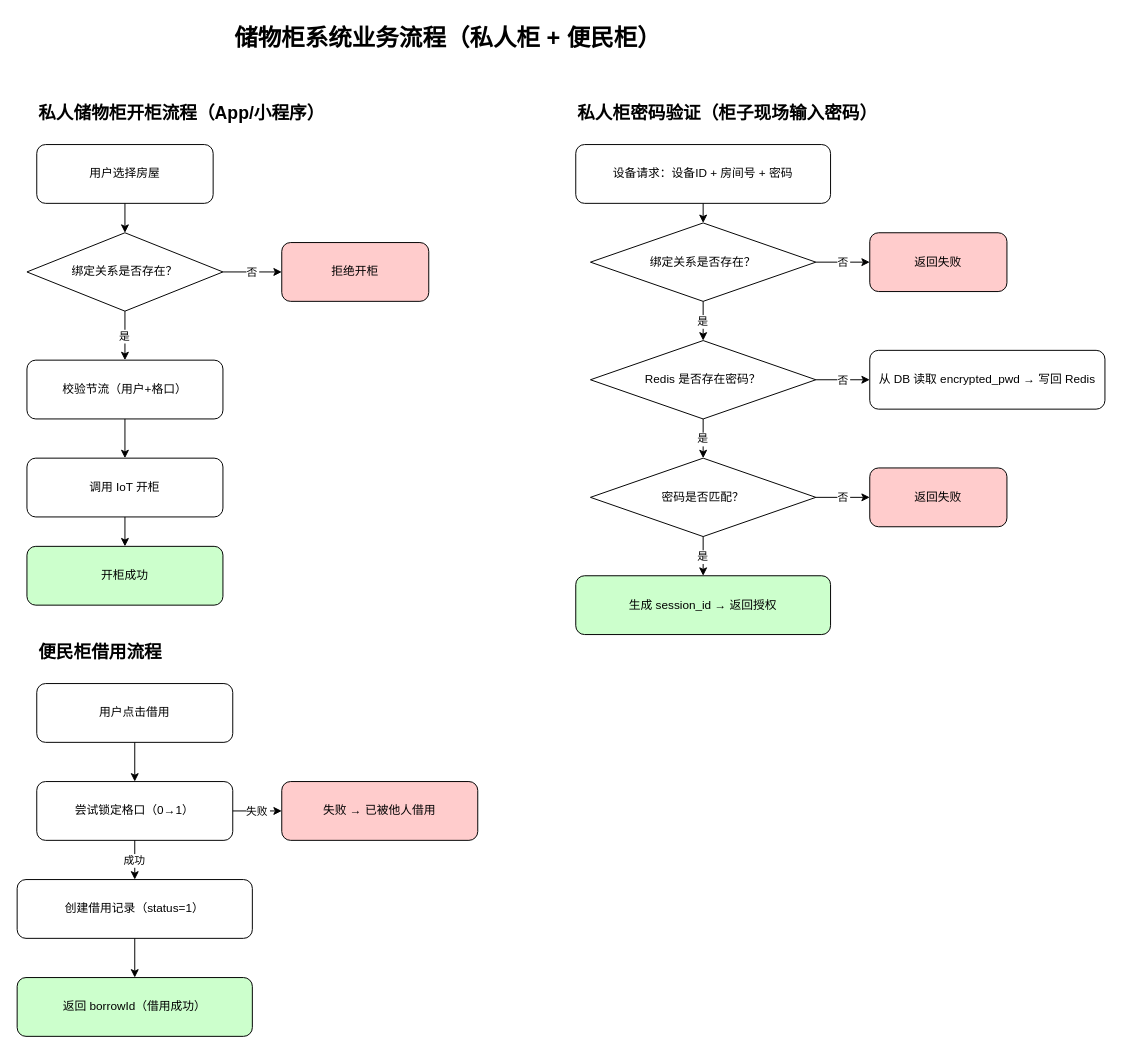
The draw.io diagram cabinet.drawio in Navven/Img, before the edit. Source tidied: cells renumbered, new cells numbered last; positions are measured from the earlier drawing's top-left corner, leaving out a move shared by most shapes. Both pictures are drawn from the tidied source at 98%, with x=0, y=0 at pixel (17, 17).
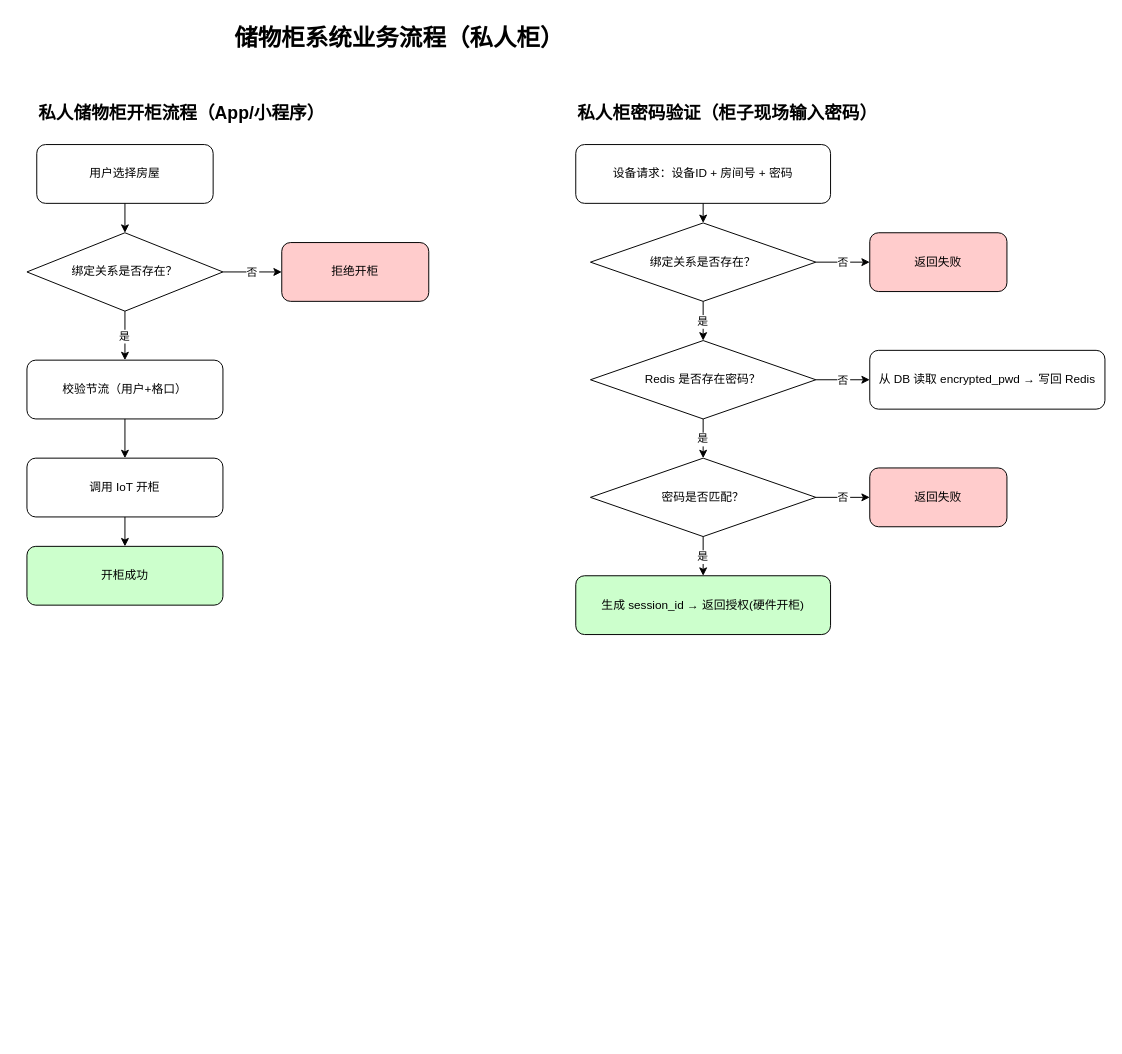
Above is the later version.

What changed in the source:
```diff
@@
-    <mxCell id="2" value="储物柜系统业务流程（私人柜 + 便民柜）" style="text;fillColor=none;strokeColor=none;fontSize=24;fontStyle=1;" parent="1" vertex="1">
+    <mxCell id="2" value="储物柜系统业务流程（私人柜）" style="text;fillColor=none;strokeColor=none;fontSize=24;fontStyle=1;" parent="1" vertex="1">
       <mxGeometry x="220" width="600" height="40" as="geometry" />
     </mxCell>
@@
-    <mxCell id="23" value="生成 session_id → 返回授权" style="rounded=1;whiteSpace=wrap;fillColor=#ccffcc;" parent="1" vertex="1">
+    <mxCell id="23" value="生成 session_id → 返回授权(硬件开柜)" style="rounded=1;whiteSpace=wrap;fillColor=#ccffcc;" parent="1" vertex="1">
       <mxGeometry x="570" y="570" width="260" height="60" as="geometry" />
     </mxCell>
@@
-    <mxCell id="31" value="便民柜借用流程" style="text;fillColor=none;fontSize=18;fontStyle=1;" parent="1" vertex="1">
-      <mxGeometry x="20" y="630" width="300" height="30" as="geometry" />
-    </mxCell>
-    <mxCell id="32" value="用户点击借用" style="rounded=1;whiteSpace=wrap;" parent="1" vertex="1">
-      <mxGeometry x="20" y="680" width="200" height="60" as="geometry" />
-    </mxCell>
-    <mxCell id="33" value="尝试锁定格口（0→1）" style="rounded=1;whiteSpace=wrap;" parent="1" vertex="1">
-      <mxGeometry x="20" y="780" width="200" height="60" as="geometry" />
-    </mxCell>
-    <mxCell id="34" value="失败 → 已被他人借用" style="rounded=1;whiteSpace=wrap;fillColor=#ffcccc;" parent="1" vertex="1">
-      <mxGeometry x="270" y="780" width="200" height="60" as="geometry" />
-    </mxCell>
-    <mxCell id="35" value="创建借用记录（status=1）" style="rounded=1;whiteSpace=wrap;" parent="1" vertex="1">
-      <mxGeometry y="880" width="240" height="60" as="geometry" />
-    </mxCell>
-    <mxCell id="36" value="返回 borrowId（借用成功）" style="rounded=1;whiteSpace=wrap;fillColor=#ccffcc;" parent="1" vertex="1">
-      <mxGeometry y="980" width="240" height="60" as="geometry" />
-    </mxCell>
-    <mxCell id="37" parent="1" edge="1" source="32" target="33">
-      <mxGeometry relative="1" as="geometry" />
-    </mxCell>
-    <mxCell id="38" value="成功" parent="1" edge="1" source="33" target="35">
-      <mxGeometry relative="1" as="geometry" />
-    </mxCell>
-    <mxCell id="39" value="失败" parent="1" edge="1" source="33" target="34">
-      <mxGeometry relative="1" as="geometry" />
-    </mxCell>
-    <mxCell id="40" parent="1" edge="1" source="35" target="36">
-      <mxGeometry relative="1" as="geometry" />
-    </mxCell>
```
